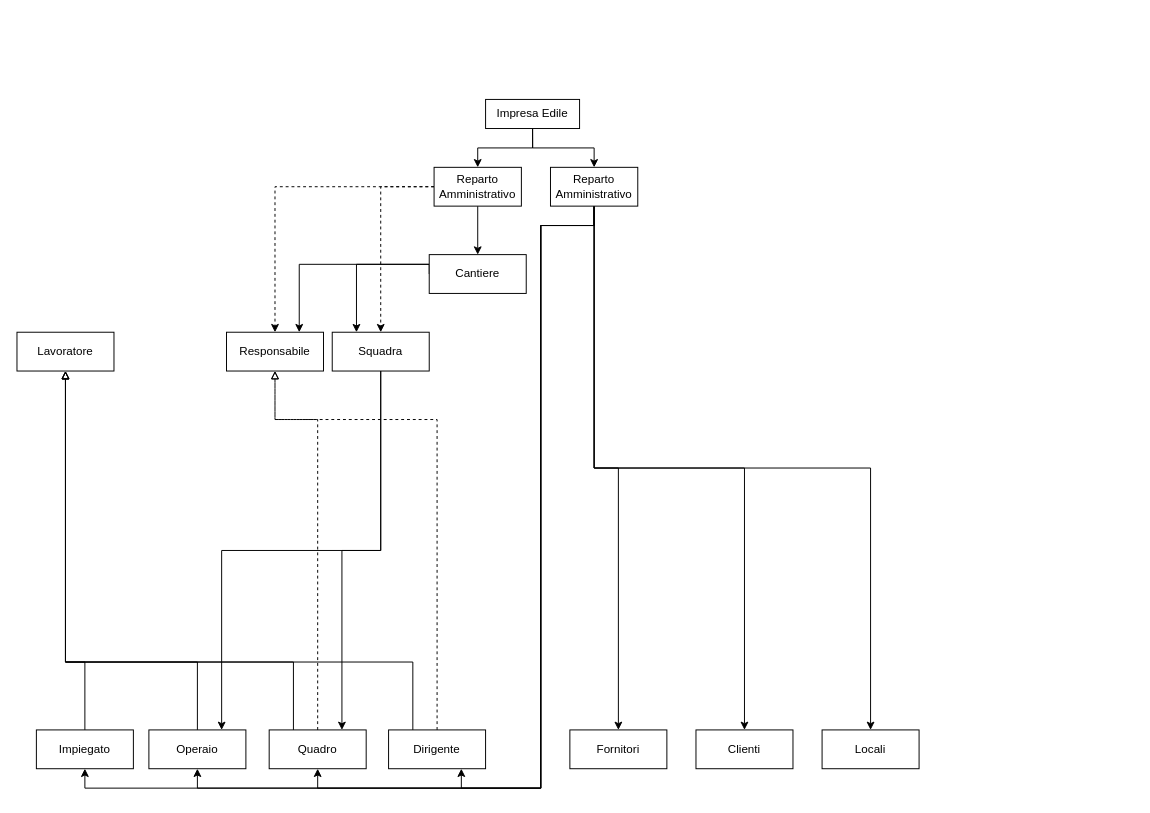
Earlier version of the draw.io diagram documents/uml.drawio (YantCaccia/ProgettoJava). Source tidied: cells renumbered, new cells numbered last; positions are measured from the earlier drawing's top-left corner, leaving out a move shared by most shapes. Both pictures are drawn from the tidied source at 97%, with x=0, y=0 at pixel (16, 99).
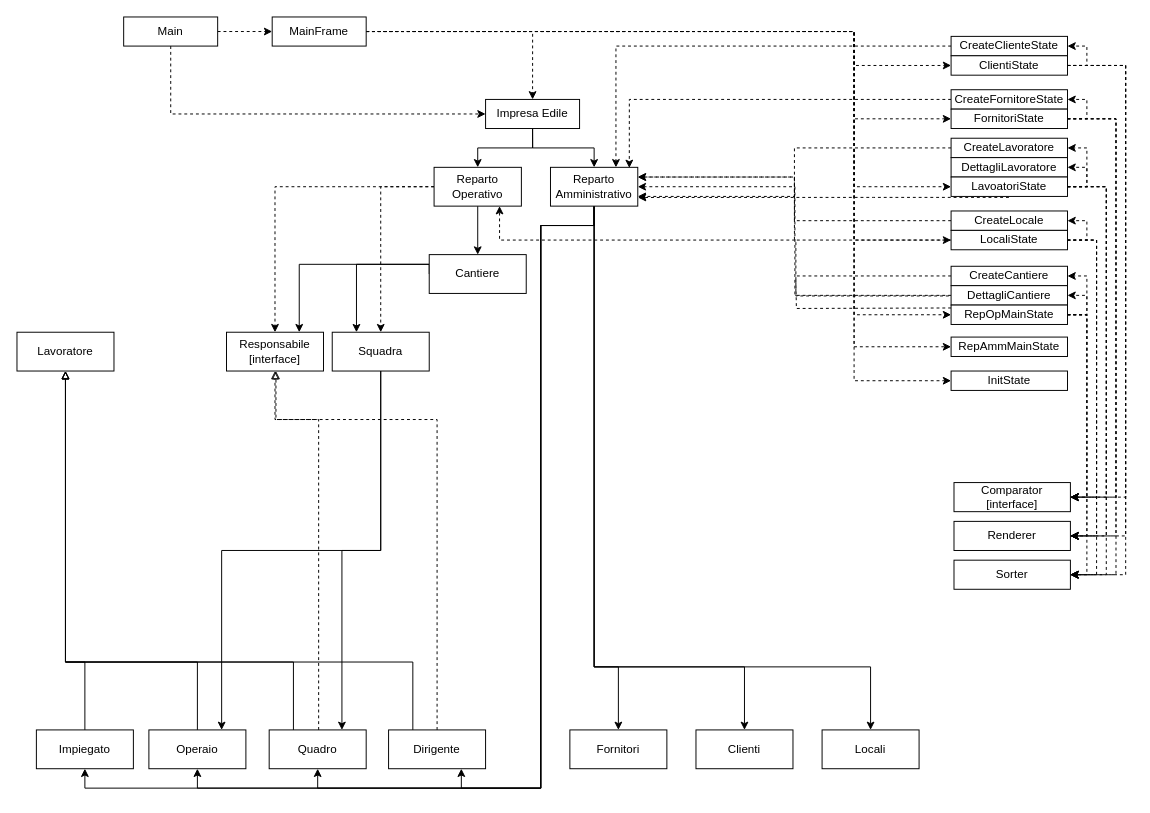
The same page after the edit.

Unchanged cells that the change refers to:
```xml
<mxCell id="4" value="Impresa Edile" style="rounded=0;whiteSpace=wrap;html=1;" parent="1" vertex="1">
  <mxGeometry x="483.1" width="96.9" height="30" as="geometry" />
</mxCell>
<mxCell id="12" value="Reparto&lt;br&gt;Amministrativo" style="rounded=0;whiteSpace=wrap;html=1;" parent="1" vertex="1">
  <mxGeometry x="550" y="70" width="90" height="40" as="geometry" />
</mxCell>
<mxCell id="32" value="Quadro" style="rounded=0;whiteSpace=wrap;html=1;" parent="1" vertex="1">
  <mxGeometry x="260" y="650" width="100" height="40" as="geometry" />
</mxCell>
<mxCell id="35" value="Locali" style="rounded=0;whiteSpace=wrap;html=1;" parent="1" vertex="1">
  <mxGeometry x="830" y="650" width="100" height="40" as="geometry" />
</mxCell>
<mxCell id="36" value="Clienti" style="rounded=0;whiteSpace=wrap;html=1;" parent="1" vertex="1">
  <mxGeometry x="700" y="650" width="100" height="40" as="geometry" />
</mxCell>
<mxCell id="37" value="Fornitori" style="rounded=0;whiteSpace=wrap;html=1;" parent="1" vertex="1">
  <mxGeometry x="570" y="650" width="100" height="40" as="geometry" />
</mxCell>
```

Diff of the diagram source:
```diff
@@
     <mxCell id="5" style="edgeStyle=elbowEdgeStyle;rounded=0;jettySize=auto;elbow=vertical;html=1;exitX=0.5;exitY=1;exitDx=0;exitDy=0;entryX=0.5;entryY=0;entryDx=0;entryDy=0;endArrow=classic;endFill=1;" parent="1" edge="1" source="12" target="37">
-      <mxGeometry relative="1" as="geometry" />
+      <mxGeometry relative="1" as="geometry">
+        <Array as="points">
+          <mxPoint x="613" y="585" />
+        </Array>
+      </mxGeometry>
     </mxCell>
     <mxCell id="6" style="edgeStyle=elbowEdgeStyle;rounded=0;jettySize=auto;elbow=vertical;html=1;entryX=0.5;entryY=0;entryDx=0;entryDy=0;endArrow=classic;endFill=1;" parent="1" edge="1" source="12" target="36">
-      <mxGeometry relative="1" as="geometry" />
+      <mxGeometry relative="1" as="geometry">
+        <Array as="points">
+          <mxPoint x="673" y="585" />
+        </Array>
+      </mxGeometry>
     </mxCell>
     <mxCell id="7" style="edgeStyle=elbowEdgeStyle;rounded=0;jettySize=auto;elbow=vertical;html=1;endArrow=classic;endFill=1;" parent="1" edge="1" source="12" target="35">
-      <mxGeometry relative="1" as="geometry" />
+      <mxGeometry relative="1" as="geometry">
+        <Array as="points">
+          <mxPoint x="733" y="585" />
+        </Array>
+      </mxGeometry>
     </mxCell>
@@
-    <mxCell id="16" value="Reparto&lt;br&gt;Amministrativo" style="rounded=0;whiteSpace=wrap;html=1;" parent="1" vertex="1">
+    <mxCell id="16" value="Reparto&lt;br&gt;Operativo" style="rounded=0;whiteSpace=wrap;html=1;" parent="1" vertex="1">
       <mxGeometry x="430" y="70" width="90" height="40" as="geometry" />
     </mxCell>
-    <mxCell id="17" value="Responsabile" style="rounded=0;whiteSpace=wrap;html=1;" parent="1" vertex="1">
+    <mxCell id="17" value="Responsabile&lt;br&gt;[interface]" style="rounded=0;whiteSpace=wrap;html=1;" parent="1" vertex="1">
       <mxGeometry x="216" y="240" width="100" height="40" as="geometry" />
     </mxCell>
@@
-    <mxCell id="30" style="edgeStyle=elbowEdgeStyle;rounded=0;jettySize=auto;elbow=vertical;html=1;entryX=0.5;entryY=1;entryDx=0;entryDy=0;dashed=1;endArrow=block;endFill=0;exitX=0.5;exitY=0;exitDx=0;exitDy=0;" parent="1" edge="1" source="32" target="17">
+    <mxCell id="30" style="edgeStyle=elbowEdgeStyle;rounded=0;orthogonalLoop=1;jettySize=auto;elbow=vertical;html=1;entryX=0.5;entryY=1;entryDx=0;entryDy=0;dashed=1;endArrow=block;endFill=0;exitX=0.5;exitY=0;exitDx=0;exitDy=0;" parent="1" edge="1">
       <mxGeometry relative="1" as="geometry">
+        <mxPoint x="311" y="650" as="sourcePoint" />
+        <mxPoint x="267" y="280" as="targetPoint" />
         <Array as="points">
-          <mxPoint x="290" y="330" />
+          <mxPoint x="291" y="330" />
         </Array>
       </mxGeometry>
     </mxCell>
@@
+    <mxCell id="38" value="RepAmmMainState&lt;br&gt;" style="rounded=0;whiteSpace=wrap;html=1;" parent="1" vertex="1">
+      <mxGeometry x="963" y="245" width="120" height="20" as="geometry" />
+    </mxCell>
+    <mxCell id="39" value="InitState" style="rounded=0;whiteSpace=wrap;html=1;" parent="1" vertex="1">
+      <mxGeometry x="963" y="280" width="120" height="20" as="geometry" />
+    </mxCell>
+    <mxCell id="40" style="edgeStyle=orthogonalEdgeStyle;rounded=0;jettySize=auto;html=1;entryX=0.75;entryY=0;entryDx=0;entryDy=0;dashed=1;endArrow=classic;endFill=1;" parent="1" edge="1" source="41" target="12">
+      <mxGeometry relative="1" as="geometry" />
+    </mxCell>
+    <mxCell id="41" value="CreateClienteState" style="rounded=0;whiteSpace=wrap;html=1;" parent="1" vertex="1">
+      <mxGeometry x="963" y="-65" width="120" height="20" as="geometry" />
+    </mxCell>
+    <mxCell id="42" style="rounded=0;jettySize=auto;html=1;entryX=1;entryY=0.5;entryDx=0;entryDy=0;dashed=1;edgeStyle=elbowEdgeStyle;" parent="1" edge="1" source="46" target="84">
+      <mxGeometry relative="1" as="geometry">
+        <Array as="points">
+          <mxPoint x="1143" y="165" />
+        </Array>
+      </mxGeometry>
+    </mxCell>
+    <mxCell id="43" style="edgeStyle=elbowEdgeStyle;rounded=0;jettySize=auto;html=1;entryX=1;entryY=0.5;entryDx=0;entryDy=0;dashed=1;" parent="1" edge="1" source="46" target="86">
+      <mxGeometry relative="1" as="geometry">
+        <Array as="points">
+          <mxPoint x="1143" y="216" />
+        </Array>
+      </mxGeometry>
+    </mxCell>
+    <mxCell id="44" style="edgeStyle=elbowEdgeStyle;rounded=0;jettySize=auto;html=1;entryX=1;entryY=0.5;entryDx=0;entryDy=0;dashed=1;" parent="1" edge="1" source="46" target="85">
+      <mxGeometry relative="1" as="geometry">
+        <Array as="points">
+          <mxPoint x="1143" y="233" />
+        </Array>
+      </mxGeometry>
+    </mxCell>
+    <mxCell id="45" style="edgeStyle=elbowEdgeStyle;rounded=0;jettySize=auto;html=1;entryX=1;entryY=0.5;entryDx=0;entryDy=0;dashed=1;exitX=1;exitY=0.5;exitDx=0;exitDy=0;" parent="1" edge="1" source="46" target="41">
+      <mxGeometry relative="1" as="geometry">
+        <Array as="points">
+          <mxPoint x="1103" y="-45" />
+        </Array>
+      </mxGeometry>
+    </mxCell>
+    <mxCell id="46" value="ClientiState" style="rounded=0;whiteSpace=wrap;html=1;" parent="1" vertex="1">
+      <mxGeometry x="963" y="-45" width="120" height="20" as="geometry" />
+    </mxCell>
+    <mxCell id="47" style="edgeStyle=orthogonalEdgeStyle;rounded=0;jettySize=auto;html=1;entryX=0.903;entryY=0.016;entryDx=0;entryDy=0;entryPerimeter=0;dashed=1;endArrow=classic;endFill=1;" parent="1" edge="1" source="48" target="12">
+      <mxGeometry relative="1" as="geometry" />
+    </mxCell>
+    <mxCell id="48" value="CreateFornitoreState" style="rounded=0;whiteSpace=wrap;html=1;" parent="1" vertex="1">
+      <mxGeometry x="963" y="-10" width="120" height="20" as="geometry" />
+    </mxCell>
+    <mxCell id="49" style="edgeStyle=elbowEdgeStyle;rounded=0;jettySize=auto;html=1;entryX=1;entryY=0.5;entryDx=0;entryDy=0;dashed=1;" parent="1" edge="1" source="53" target="84">
+      <mxGeometry relative="1" as="geometry">
+        <Array as="points">
+          <mxPoint x="1133" y="224" />
+        </Array>
+      </mxGeometry>
+    </mxCell>
+    <mxCell id="50" style="edgeStyle=elbowEdgeStyle;rounded=0;jettySize=auto;html=1;entryX=1;entryY=0.5;entryDx=0;entryDy=0;dashed=1;" parent="1" edge="1" source="53" target="86">
+      <mxGeometry relative="1" as="geometry">
+        <Array as="points">
+          <mxPoint x="1133" y="240" />
+        </Array>
+      </mxGeometry>
+    </mxCell>
+    <mxCell id="51" style="edgeStyle=elbowEdgeStyle;rounded=0;jettySize=auto;html=1;entryX=1;entryY=0.5;entryDx=0;entryDy=0;dashed=1;" parent="1" edge="1" source="53" target="85">
+      <mxGeometry relative="1" as="geometry">
+        <Array as="points">
+          <mxPoint x="1133" y="256" />
+        </Array>
+      </mxGeometry>
+    </mxCell>
+    <mxCell id="52" style="edgeStyle=elbowEdgeStyle;rounded=0;jettySize=auto;html=1;entryX=1;entryY=0.5;entryDx=0;entryDy=0;dashed=1;exitX=1;exitY=0.5;exitDx=0;exitDy=0;" parent="1" edge="1" source="53" target="48">
+      <mxGeometry relative="1" as="geometry">
+        <Array as="points">
+          <mxPoint x="1103" y="15" />
+        </Array>
+      </mxGeometry>
+    </mxCell>
+    <mxCell id="53" value="FornitoriState" style="rounded=0;whiteSpace=wrap;html=1;" parent="1" vertex="1">
+      <mxGeometry x="963" y="10" width="120" height="20" as="geometry" />
+    </mxCell>
+    <mxCell id="54" style="edgeStyle=orthogonalEdgeStyle;rounded=0;jettySize=auto;html=1;entryX=1;entryY=0.75;entryDx=0;entryDy=0;dashed=1;endArrow=classic;endFill=1;" parent="1" edge="1" source="55" target="12">
+      <mxGeometry relative="1" as="geometry" />
+    </mxCell>
+    <mxCell id="55" value="CreateLavoratore" style="rounded=0;whiteSpace=wrap;html=1;" parent="1" vertex="1">
+      <mxGeometry x="963" y="40" width="120" height="20" as="geometry" />
+    </mxCell>
+    <mxCell id="56" value="DettagliLavoratore" style="rounded=0;whiteSpace=wrap;html=1;" parent="1" vertex="1">
+      <mxGeometry x="963" y="60" width="120" height="20" as="geometry" />
+    </mxCell>
+    <mxCell id="57" style="edgeStyle=elbowEdgeStyle;rounded=0;jettySize=auto;html=1;entryX=1;entryY=0.5;entryDx=0;entryDy=0;dashed=1;" parent="1" edge="1" source="63" target="84">
+      <mxGeometry relative="1" as="geometry">
+        <Array as="points">
+          <mxPoint x="1123" y="255" />
+        </Array>
+      </mxGeometry>
+    </mxCell>
+    <mxCell id="58" style="edgeStyle=elbowEdgeStyle;rounded=0;jettySize=auto;html=1;entryX=1;entryY=0.5;entryDx=0;entryDy=0;dashed=1;" parent="1" edge="1" source="63" target="86">
+      <mxGeometry relative="1" as="geometry">
+        <Array as="points">
+          <mxPoint x="1123" y="275" />
+        </Array>
+      </mxGeometry>
+    </mxCell>
+    <mxCell id="59" style="edgeStyle=elbowEdgeStyle;rounded=0;jettySize=auto;html=1;entryX=1;entryY=0.5;entryDx=0;entryDy=0;dashed=1;" parent="1" edge="1" source="63" target="85">
+      <mxGeometry relative="1" as="geometry">
+        <Array as="points">
+          <mxPoint x="1123" y="295" />
+        </Array>
+      </mxGeometry>
+    </mxCell>
+    <mxCell id="60" style="edgeStyle=elbowEdgeStyle;rounded=0;jettySize=auto;html=1;entryX=1;entryY=0.5;entryDx=0;entryDy=0;dashed=1;exitX=1;exitY=0.5;exitDx=0;exitDy=0;" parent="1" edge="1" source="63" target="56">
+      <mxGeometry relative="1" as="geometry">
+        <Array as="points">
+          <mxPoint x="1103" y="85" />
+        </Array>
+      </mxGeometry>
+    </mxCell>
+    <mxCell id="61" style="edgeStyle=elbowEdgeStyle;rounded=0;jettySize=auto;html=1;entryX=1;entryY=0.5;entryDx=0;entryDy=0;dashed=1;exitX=1;exitY=0.5;exitDx=0;exitDy=0;" parent="1" edge="1" source="63" target="55">
+      <mxGeometry relative="1" as="geometry">
+        <Array as="points">
+          <mxPoint x="1103" y="65" />
+        </Array>
+      </mxGeometry>
+    </mxCell>
+    <mxCell id="62" style="edgeStyle=orthogonalEdgeStyle;rounded=0;orthogonalLoop=1;jettySize=auto;html=1;entryX=1;entryY=0.75;entryDx=0;entryDy=0;dashed=1;endArrow=classic;endFill=1;" parent="1" edge="1">
+      <mxGeometry relative="1" as="geometry">
+        <mxPoint x="1022.6" y="101" as="sourcePoint" />
+        <mxPoint x="640.2" y="101.1" as="targetPoint" />
+        <Array as="points">
+          <mxPoint x="883" y="101" />
+          <mxPoint x="883" y="101" />
+        </Array>
+      </mxGeometry>
+    </mxCell>
+    <mxCell id="63" value="LavoatoriState" style="rounded=0;whiteSpace=wrap;html=1;" parent="1" vertex="1">
+      <mxGeometry x="963" y="80" width="120" height="20" as="geometry" />
+    </mxCell>
+    <mxCell id="64" style="edgeStyle=orthogonalEdgeStyle;rounded=0;jettySize=auto;html=1;entryX=1;entryY=0.25;entryDx=0;entryDy=0;dashed=1;endArrow=classic;endFill=1;" parent="1" edge="1" source="65" target="12">
+      <mxGeometry relative="1" as="geometry" />
+    </mxCell>
+    <mxCell id="65" value="CreateLocale" style="rounded=0;whiteSpace=wrap;html=1;" parent="1" vertex="1">
+      <mxGeometry x="963" y="115" width="120" height="20" as="geometry" />
+    </mxCell>
+    <mxCell id="66" style="edgeStyle=elbowEdgeStyle;rounded=0;jettySize=auto;html=1;entryX=1;entryY=0.5;entryDx=0;entryDy=0;dashed=1;" parent="1" edge="1" source="71" target="84">
+      <mxGeometry relative="1" as="geometry">
+        <Array as="points">
+          <mxPoint x="1113" y="275" />
+        </Array>
+      </mxGeometry>
+    </mxCell>
+    <mxCell id="67" style="edgeStyle=elbowEdgeStyle;rounded=0;jettySize=auto;html=1;entryX=1;entryY=0.5;entryDx=0;entryDy=0;dashed=1;" parent="1" edge="1" source="71" target="86">
+      <mxGeometry relative="1" as="geometry">
+        <Array as="points">
+          <mxPoint x="1113" y="295" />
+        </Array>
+      </mxGeometry>
+    </mxCell>
+    <mxCell id="68" style="edgeStyle=elbowEdgeStyle;rounded=0;jettySize=auto;html=1;entryX=1;entryY=0.5;entryDx=0;entryDy=0;dashed=1;" parent="1" edge="1" source="71" target="85">
+      <mxGeometry relative="1" as="geometry">
+        <Array as="points">
+          <mxPoint x="1113" y="315" />
+        </Array>
+      </mxGeometry>
+    </mxCell>
+    <mxCell id="69" style="edgeStyle=elbowEdgeStyle;rounded=0;jettySize=auto;html=1;entryX=1;entryY=0.5;entryDx=0;entryDy=0;dashed=1;exitX=1;exitY=0.5;exitDx=0;exitDy=0;" parent="1" edge="1" source="71" target="65">
+      <mxGeometry relative="1" as="geometry">
+        <Array as="points">
+          <mxPoint x="1103" y="135" />
+        </Array>
+      </mxGeometry>
+    </mxCell>
+    <mxCell id="70" style="edgeStyle=orthogonalEdgeStyle;rounded=0;jettySize=auto;html=1;entryX=1;entryY=0.25;entryDx=0;entryDy=0;dashed=1;endArrow=classic;endFill=1;" parent="1" edge="1" source="71" target="12">
+      <mxGeometry relative="1" as="geometry" />
+    </mxCell>
+    <mxCell id="71" value="LocaliState" style="rounded=0;whiteSpace=wrap;html=1;" parent="1" vertex="1">
+      <mxGeometry x="963" y="135" width="120" height="20" as="geometry" />
+    </mxCell>
+    <mxCell id="72" style="edgeStyle=orthogonalEdgeStyle;rounded=0;jettySize=auto;html=1;dashed=1;endArrow=none;endFill=0;" parent="1" edge="1" source="73">
+      <mxGeometry relative="1" as="geometry">
+        <mxPoint x="803" y="182" as="targetPoint" />
+      </mxGeometry>
+    </mxCell>
+    <mxCell id="73" value="CreateCantiere" style="rounded=0;whiteSpace=wrap;html=1;" parent="1" vertex="1">
+      <mxGeometry x="963" y="172" width="120" height="20" as="geometry" />
+    </mxCell>
+    <mxCell id="74" style="edgeStyle=elbowEdgeStyle;rounded=0;jettySize=auto;html=1;entryX=1;entryY=0.5;entryDx=0;entryDy=0;dashed=1;" parent="1" edge="1" source="76" target="12">
+      <mxGeometry relative="1" as="geometry" />
+    </mxCell>
+    <mxCell id="75" style="rounded=0;jettySize=auto;html=1;entryX=0.75;entryY=1;entryDx=0;entryDy=0;dashed=1;elbow=vertical;exitX=-0.02;exitY=1.531;exitDx=0;exitDy=0;exitPerimeter=0;edgeStyle=orthogonalEdgeStyle;" parent="1" edge="1" source="73" target="16">
+      <mxGeometry relative="1" as="geometry">
+        <Array as="points">
+          <mxPoint x="803" y="202" />
+          <mxPoint x="803" y="145" />
+          <mxPoint x="498" y="145" />
+        </Array>
+      </mxGeometry>
+    </mxCell>
+    <mxCell id="76" value="DettagliCantiere" style="rounded=0;whiteSpace=wrap;html=1;" parent="1" vertex="1">
+      <mxGeometry x="963" y="192" width="120" height="20" as="geometry" />
+    </mxCell>
+    <mxCell id="77" style="edgeStyle=elbowEdgeStyle;rounded=0;jettySize=auto;html=1;entryX=1;entryY=0.5;entryDx=0;entryDy=0;dashed=1;" parent="1" edge="1" source="83" target="84">
+      <mxGeometry relative="1" as="geometry">
+        <Array as="points">
+          <mxPoint x="1103" y="315" />
+        </Array>
+      </mxGeometry>
+    </mxCell>
+    <mxCell id="78" style="edgeStyle=elbowEdgeStyle;rounded=0;jettySize=auto;html=1;entryX=1;entryY=0.5;entryDx=0;entryDy=0;dashed=1;" parent="1" edge="1" source="83" target="86">
+      <mxGeometry relative="1" as="geometry">
+        <Array as="points">
+          <mxPoint x="1103" y="335" />
+        </Array>
+      </mxGeometry>
+    </mxCell>
+    <mxCell id="79" style="edgeStyle=elbowEdgeStyle;rounded=0;jettySize=auto;html=1;entryX=1;entryY=0.5;entryDx=0;entryDy=0;dashed=1;" parent="1" edge="1" source="83" target="85">
+      <mxGeometry relative="1" as="geometry">
+        <Array as="points">
+          <mxPoint x="1103" y="355" />
+        </Array>
+      </mxGeometry>
+    </mxCell>
+    <mxCell id="80" style="edgeStyle=elbowEdgeStyle;rounded=0;jettySize=auto;html=1;entryX=1;entryY=0.5;entryDx=0;entryDy=0;dashed=1;exitX=1;exitY=0.5;exitDx=0;exitDy=0;" parent="1" edge="1" source="83" target="76">
+      <mxGeometry relative="1" as="geometry">
+        <Array as="points">
+          <mxPoint x="1103" y="215" />
+        </Array>
+      </mxGeometry>
+    </mxCell>
+    <mxCell id="81" style="edgeStyle=elbowEdgeStyle;rounded=0;jettySize=auto;html=1;entryX=1;entryY=0.5;entryDx=0;entryDy=0;dashed=1;exitX=1;exitY=0.5;exitDx=0;exitDy=0;" parent="1" edge="1" source="83" target="73">
+      <mxGeometry relative="1" as="geometry">
+        <Array as="points">
+          <mxPoint x="1103" y="205" />
+        </Array>
+      </mxGeometry>
+    </mxCell>
+    <mxCell id="82" style="edgeStyle=orthogonalEdgeStyle;rounded=0;orthogonalLoop=1;jettySize=auto;html=1;dashed=1;endArrow=none;endFill=0;" parent="1" edge="1">
+      <mxGeometry relative="1" as="geometry">
+        <mxPoint x="963" y="215" as="sourcePoint" />
+        <mxPoint x="803" y="185" as="targetPoint" />
+      </mxGeometry>
+    </mxCell>
+    <mxCell id="83" value="RepOpMainState" style="rounded=0;whiteSpace=wrap;html=1;" parent="1" vertex="1">
+      <mxGeometry x="963" y="212" width="120" height="20" as="geometry" />
+    </mxCell>
+    <mxCell id="84" value="Comparator&lt;br&gt;[interface]" style="rounded=0;whiteSpace=wrap;html=1;" parent="1" vertex="1">
+      <mxGeometry x="966" y="395" width="120" height="30" as="geometry" />
+    </mxCell>
+    <mxCell id="85" value="Sorter" style="rounded=0;whiteSpace=wrap;html=1;" parent="1" vertex="1">
+      <mxGeometry x="966" y="475" width="120" height="30" as="geometry" />
+    </mxCell>
+    <mxCell id="86" value="Renderer" style="rounded=0;whiteSpace=wrap;html=1;" parent="1" vertex="1">
+      <mxGeometry x="966" y="435" width="120" height="30" as="geometry" />
+    </mxCell>
+    <mxCell id="87" style="edgeStyle=orthogonalEdgeStyle;rounded=0;jettySize=auto;html=1;exitX=1;exitY=0.5;exitDx=0;exitDy=0;entryX=0;entryY=0.5;entryDx=0;entryDy=0;dashed=1;" parent="1" edge="1" source="95" target="53">
+      <mxGeometry relative="1" as="geometry">
+        <Array as="points">
+          <mxPoint x="863" y="-70" />
+          <mxPoint x="863" y="20" />
+        </Array>
+      </mxGeometry>
+    </mxCell>
+    <mxCell id="88" style="edgeStyle=orthogonalEdgeStyle;rounded=0;jettySize=auto;html=1;entryX=0;entryY=0.5;entryDx=0;entryDy=0;dashed=1;" parent="1" edge="1" source="95" target="39">
+      <mxGeometry relative="1" as="geometry">
+        <Array as="points">
+          <mxPoint x="863" y="-70" />
+          <mxPoint x="863" y="290" />
+        </Array>
+      </mxGeometry>
+    </mxCell>
+    <mxCell id="89" style="edgeStyle=orthogonalEdgeStyle;rounded=0;jettySize=auto;html=1;entryX=0;entryY=0.5;entryDx=0;entryDy=0;dashed=1;" parent="1" edge="1" source="95" target="63">
+      <mxGeometry relative="1" as="geometry">
+        <Array as="points">
+          <mxPoint x="863" y="-70" />
+          <mxPoint x="863" y="90" />
+        </Array>
+      </mxGeometry>
+    </mxCell>
+    <mxCell id="90" style="edgeStyle=orthogonalEdgeStyle;rounded=0;jettySize=auto;html=1;entryX=0;entryY=0.5;entryDx=0;entryDy=0;dashed=1;" parent="1" edge="1" source="95" target="71">
+      <mxGeometry relative="1" as="geometry">
+        <Array as="points">
+          <mxPoint x="863" y="-70" />
+          <mxPoint x="863" y="145" />
+        </Array>
+      </mxGeometry>
+    </mxCell>
+    <mxCell id="91" style="edgeStyle=orthogonalEdgeStyle;rounded=0;jettySize=auto;html=1;entryX=0;entryY=0.5;entryDx=0;entryDy=0;dashed=1;" parent="1" edge="1" source="95" target="83">
+      <mxGeometry relative="1" as="geometry">
+        <Array as="points">
+          <mxPoint x="863" y="-70" />
+          <mxPoint x="863" y="222" />
+        </Array>
+      </mxGeometry>
+    </mxCell>
+    <mxCell id="92" style="edgeStyle=orthogonalEdgeStyle;rounded=0;jettySize=auto;html=1;entryX=0;entryY=0.5;entryDx=0;entryDy=0;dashed=1;" parent="1" edge="1" source="95" target="38">
+      <mxGeometry relative="1" as="geometry">
+        <Array as="points">
+          <mxPoint x="863" y="-70" />
+          <mxPoint x="863" y="255" />
+        </Array>
+      </mxGeometry>
+    </mxCell>
+    <mxCell id="93" style="edgeStyle=orthogonalEdgeStyle;rounded=0;jettySize=auto;html=1;entryX=0;entryY=0.5;entryDx=0;entryDy=0;dashed=1;" parent="1" edge="1" source="95" target="46">
+      <mxGeometry relative="1" as="geometry">
+        <Array as="points">
+          <mxPoint x="863" y="-70" />
+          <mxPoint x="863" y="-35" />
+        </Array>
+      </mxGeometry>
+    </mxCell>
+    <mxCell id="94" style="edgeStyle=orthogonalEdgeStyle;rounded=0;jettySize=auto;html=1;entryX=0.5;entryY=0;entryDx=0;entryDy=0;dashed=1;" parent="1" edge="1" source="95" target="4">
+      <mxGeometry relative="1" as="geometry" />
+    </mxCell>
+    <mxCell id="95" value="MainFrame" style="rounded=0;whiteSpace=wrap;html=1;" parent="1" vertex="1">
+      <mxGeometry x="263.1" y="-85" width="96.9" height="30" as="geometry" />
+    </mxCell>
+    <mxCell id="96" style="edgeStyle=orthogonalEdgeStyle;rounded=0;jettySize=auto;html=1;dashed=1;" parent="1" edge="1" source="98" target="95">
+      <mxGeometry relative="1" as="geometry" />
+    </mxCell>
+    <mxCell id="97" style="edgeStyle=orthogonalEdgeStyle;rounded=0;jettySize=auto;html=1;entryX=0;entryY=0.5;entryDx=0;entryDy=0;dashed=1;" parent="1" edge="1" source="98" target="4">
+      <mxGeometry relative="1" as="geometry">
+        <Array as="points">
+          <mxPoint x="158" y="15" />
+        </Array>
+      </mxGeometry>
+    </mxCell>
+    <mxCell id="98" value="Main" style="rounded=0;whiteSpace=wrap;html=1;" parent="1" vertex="1">
+      <mxGeometry x="110" y="-85" width="96.9" height="30" as="geometry" />
+    </mxCell>
```
